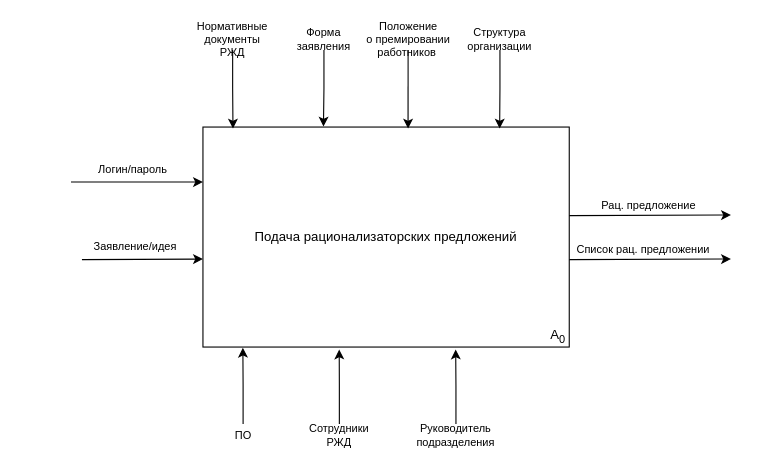
This is page "IDEF0" (1 of 4) of IDEF0.drawio from Ideas-maker/diagram, a draw.io file, before an edit. Source tidied: cells renumbered, new cells numbered last; positions are measured from the earlier drawing's top-left corner, leaving out a move shared by most shapes. Both pictures are drawn from the tidied source at 110%, with x=0, y=0 at pixel (70, 28).
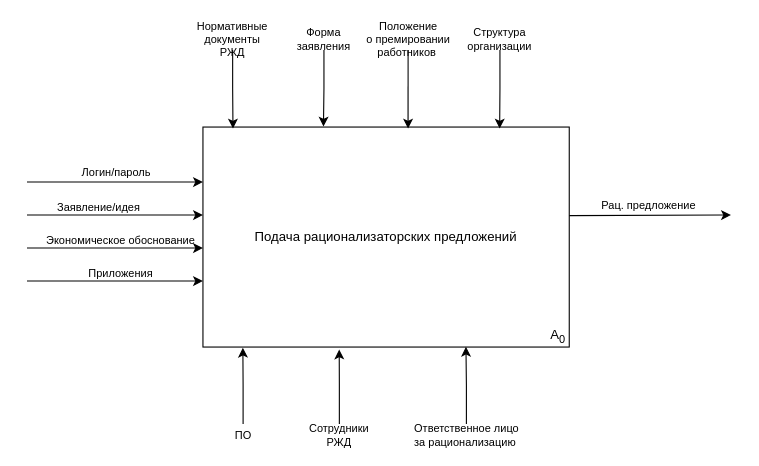
The same diagram, later.

The change refers to these unchanged cells:
```xml
<mxCell id="2" value="Подача рационализаторских предложений" style="rounded=0;whiteSpace=wrap;html=1;" parent="1" vertex="1">
  <mxGeometry x="120" y="90" width="333" height="200" as="geometry" />
</mxCell>
```

The edit, as a diff of the source:
```diff
@@
     <mxCell id="4" style="endArrow=classic;html=1;fontSize=12;entryX=0;entryY=0.25;entryDx=0;entryDy=0;" parent="1" edge="1" target="2">
       <mxGeometry relative="1" as="geometry">
-        <mxPoint y="140" as="sourcePoint" />
+        <mxPoint x="-40" y="140" as="sourcePoint" />
       </mxGeometry>
     </mxCell>
     <mxCell id="5" value="Логин/пароль" style="text;html=1;align=center;verticalAlign=middle;labelBackgroundColor=#ffffff;fontSize=10;" parent="4" vertex="1">
       <mxGeometry x="0.1" y="-2" relative="1" as="geometry">
-        <mxPoint x="-10.5" y="-14.5" as="offset" />
+        <mxPoint x="-8" y="-12" as="offset" />
       </mxGeometry>
     </mxCell>
     <mxCell id="6" style="endArrow=classic;html=1;fontSize=12;entryX=0;entryY=0.25;entryDx=0;entryDy=0;" parent="1" edge="1">
       <mxGeometry relative="1" as="geometry">
-        <mxPoint x="10" y="210.5" as="sourcePoint" />
-        <mxPoint x="120" y="210" as="targetPoint" />
+        <mxPoint x="-40" y="170" as="sourcePoint" />
+        <mxPoint x="120" y="170" as="targetPoint" />
       </mxGeometry>
     </mxCell>
-    <mxCell id="7" value="Заявление/идея" style="text;html=1;align=left;verticalAlign=top;spacingTop=-4;fontSize=10;" parent="1" vertex="1">
-      <mxGeometry x="19" y="190" width="90" height="10" as="geometry" />
+    <mxCell id="7" value="Заявление/идея" style="text;html=1;align=center;verticalAlign=middle;spacingTop=-4;fontSize=10;labelPosition=center;verticalLabelPosition=middle;" parent="1" vertex="1">
+      <mxGeometry x="-20" y="160" width="90" height="10" as="geometry" />
     </mxCell>
@@
-    <mxCell id="20" style="edgeStyle=orthogonalEdgeStyle;rounded=0;jettySize=auto;html=1;exitX=0.5;exitY=0;exitDx=0;exitDy=0;entryX=0.69;entryY=1.011;entryDx=0;entryDy=0;entryPerimeter=0;fontSize=10;" parent="1" edge="1" source="21" target="2">
+    <mxCell id="20" style="edgeStyle=orthogonalEdgeStyle;rounded=0;jettySize=auto;html=1;exitX=0.5;exitY=0;exitDx=0;exitDy=0;entryX=0.718;entryY=0.999;entryDx=0;entryDy=0;entryPerimeter=0;fontSize=10;" parent="1" edge="1" source="21" target="2">
       <mxGeometry relative="1" as="geometry" />
     </mxCell>
-    <mxCell id="21" value="Руководитель&lt;br&gt;подразделения" style="text;html=1;strokeColor=none;fillColor=none;align=center;verticalAlign=middle;whiteSpace=wrap;rounded=0;fontSize=10;" parent="1" vertex="1">
-      <mxGeometry x="330" y="360" width="40" height="20" as="geometry" />
+    <mxCell id="21" value="Ответственное лицо за рационализацию&amp;nbsp;" style="text;html=1;strokeColor=none;fillColor=none;align=center;verticalAlign=middle;whiteSpace=wrap;rounded=0;fontSize=10;" parent="1" vertex="1">
+      <mxGeometry x="304.5" y="360" width="110" height="20" as="geometry" />
     </mxCell>
@@
-    <mxCell id="24" style="endArrow=classic;html=1;fontSize=12;" parent="1" edge="1">
-      <mxGeometry relative="1" as="geometry">
-        <mxPoint x="453" y="210.5" as="sourcePoint" />
-        <mxPoint x="600" y="210" as="targetPoint" />
-      </mxGeometry>
-    </mxCell>
-    <mxCell id="25" value="Список рац. предложении" style="text;html=1;align=center;verticalAlign=middle;labelBackgroundColor=#ffffff;fontSize=10;" parent="24" vertex="1">
-      <mxGeometry x="0.32" relative="1" as="geometry">
-        <mxPoint x="-30" y="-10" as="offset" />
-      </mxGeometry>
-    </mxCell>
+    <mxCell id="26" style="endArrow=classic;html=1;fontSize=12;entryX=0;entryY=0.25;entryDx=0;entryDy=0;" parent="1" edge="1">
+      <mxGeometry relative="1" as="geometry">
+        <mxPoint x="-40" y="200" as="sourcePoint" />
+        <mxPoint x="120" y="200" as="targetPoint" />
+      </mxGeometry>
+    </mxCell>
+    <mxCell id="27" value="Экономическое обоснование" style="text;html=1;align=center;verticalAlign=middle;spacingTop=-4;fontSize=10;labelPosition=center;verticalLabelPosition=middle;" parent="1" vertex="1">
+      <mxGeometry x="-30" y="190" width="150" height="10" as="geometry" />
+    </mxCell>
+    <mxCell id="28" value="Приложения" style="text;html=1;align=center;verticalAlign=middle;spacingTop=-4;fontSize=10;labelPosition=center;verticalLabelPosition=middle;" parent="1" vertex="1">
+      <mxGeometry x="10" y="220" width="70" height="10" as="geometry" />
+    </mxCell>
+    <mxCell id="29" style="endArrow=classic;html=1;fontSize=12;entryX=0;entryY=0.25;entryDx=0;entryDy=0;" parent="1" edge="1">
+      <mxGeometry relative="1" as="geometry">
+        <mxPoint x="-40" y="230" as="sourcePoint" />
+        <mxPoint x="120" y="230" as="targetPoint" />
+      </mxGeometry>
+    </mxCell>
```
